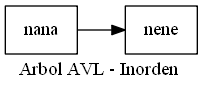
The Graphviz diagram EDD_Proyecto2/Reportes/ArbolInorden.png in hr9457/EDD_1S2020_PY2_201314296, before a commit. Its source is kept beside it as EDD_Proyecto2/ArchivosDot/ArbolInorden.dot.
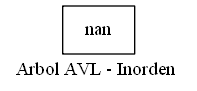
The same file after the commit.

The edit, as a diff of the source:
```diff
@@ -1,8 +1,7 @@
 digraph arbolinorden {
 node [shape = record];
 rankdir=LR;
-nodo0[label="nana"];
-nodo1[label="nene"];
-nodo0->nodo1;
+nodo0[label="nan"];
+nodo0;
 label = "Arbol AVL - Inorden "
 }
```
